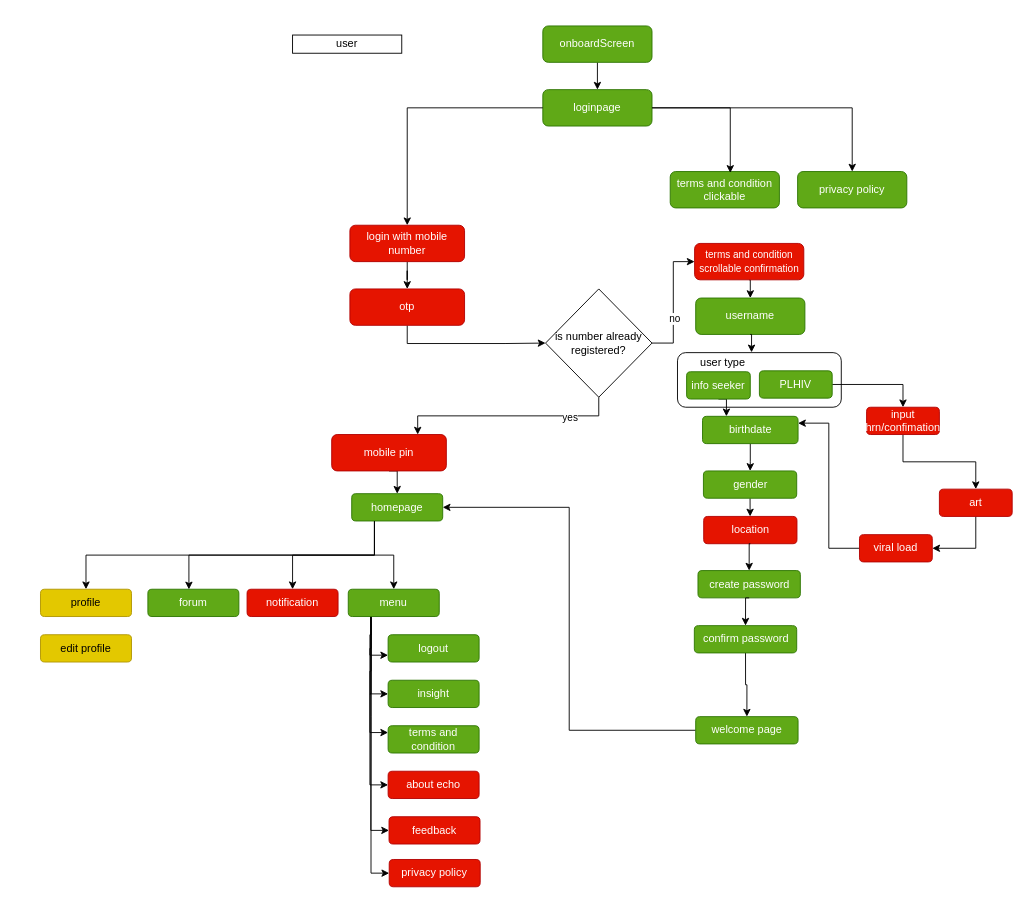
Before: Untitled Diagram.drawio in tehnczon/projectecho2.0, a draw.io diagram. Source tidied: cells renumbered, new cells numbered last; positions are measured from the earlier drawing's top-left corner, leaving out a move shared by most shapes. Both pictures are drawn from the tidied source at 91%, with x=0, y=0 at pixel (40, 25).
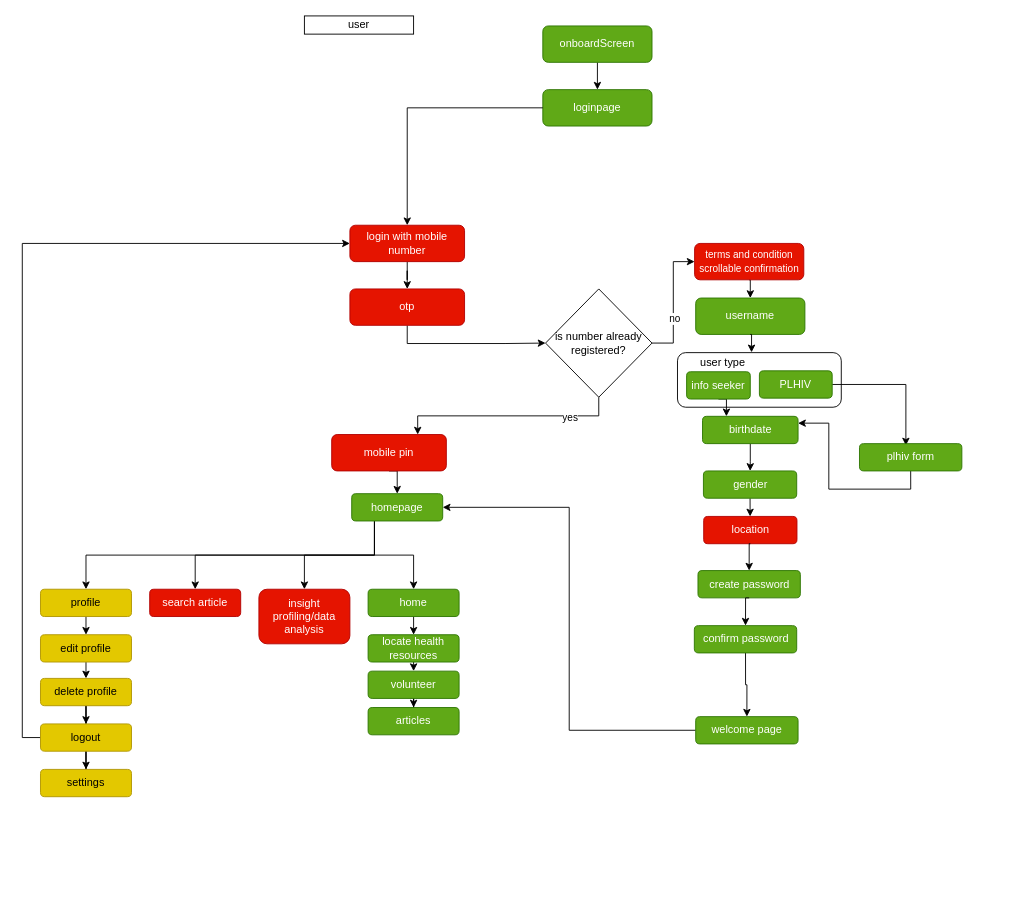
The same page after the edit.

The change refers to these unchanged cells:
```xml
<mxCell id="5" value="loginpage" style="rounded=1;whiteSpace=wrap;html=1;fillColor=#60a917;fontColor=#ffffff;strokeColor=#2D7600;" parent="1" vertex="1">
  <mxGeometry x="552" y="70" width="120" height="40" as="geometry" />
</mxCell>
<mxCell id="7" value="login with mobile number" style="rounded=1;whiteSpace=wrap;html=1;fillColor=#e51400;fontColor=#ffffff;strokeColor=#B20000;" parent="1" vertex="1">
  <mxGeometry x="340" y="219" width="126" height="40" as="geometry" />
</mxCell>
<mxCell id="15" value="PLHIV" style="rounded=1;whiteSpace=wrap;html=1;fillColor=#60a917;fontColor=#ffffff;strokeColor=#2D7600;" parent="1" vertex="1">
  <mxGeometry x="790" y="379" width="80" height="30" as="geometry" />
</mxCell>
<mxCell id="20" value="birthdate" style="rounded=1;whiteSpace=wrap;html=1;fillColor=#60a917;fontColor=#ffffff;strokeColor=#2D7600;" parent="1" vertex="1">
  <mxGeometry x="727.5" y="429" width="105" height="30" as="geometry" />
</mxCell>
<mxCell id="32" value="homepage" style="rounded=1;whiteSpace=wrap;html=1;fillColor=#60a917;fontColor=#ffffff;strokeColor=#2D7600;" parent="1" vertex="1">
  <mxGeometry x="342" y="514" width="100" height="30" as="geometry" />
</mxCell>
<mxCell id="35" value="profile" style="rounded=1;whiteSpace=wrap;html=1;fillColor=#e3c800;fontColor=#000000;strokeColor=#B09500;" parent="1" vertex="1">
  <mxGeometry y="619" width="100" height="30" as="geometry" />
</mxCell>
<mxCell id="57" value="edit profile" style="rounded=1;whiteSpace=wrap;html=1;fillColor=#e3c800;fontColor=#000000;strokeColor=#B09500;" parent="1" vertex="1">
  <mxGeometry y="669" width="100" height="30" as="geometry" />
</mxCell>
```

The edit, as a diff of the source:
```diff
@@
     <mxCell id="2" value="user" style="rounded=0;whiteSpace=wrap;html=1;" parent="1" vertex="1">
-      <mxGeometry x="277" y="10" width="120" height="20" as="geometry" />
+      <mxGeometry x="290" y="-11" width="120" height="20" as="geometry" />
     </mxCell>
@@
-    <mxCell id="4" style="edgeStyle=orthogonalEdgeStyle;rounded=0;jettySize=auto;html=1;exitX=1;exitY=0.5;exitDx=0;exitDy=0;" parent="1" edge="1" source="5" target="9">
-      <mxGeometry relative="1" as="geometry" />
-    </mxCell>
@@
-    <mxCell id="8" value="&lt;div&gt;terms and condition&lt;/div&gt;&lt;div&gt;clickable&lt;/div&gt;" style="rounded=1;whiteSpace=wrap;html=1;fillColor=#60a917;fontColor=#ffffff;strokeColor=#2D7600;" parent="1" vertex="1">
-      <mxGeometry x="692" y="160" width="120" height="40" as="geometry" />
-    </mxCell>
-    <mxCell id="9" value="privacy policy" style="rounded=1;whiteSpace=wrap;html=1;fillColor=#60a917;fontColor=#ffffff;strokeColor=#2D7600;" parent="1" vertex="1">
-      <mxGeometry x="832" y="160" width="120" height="40" as="geometry" />
-    </mxCell>
@@
-    <mxCell id="11" style="edgeStyle=orthogonalEdgeStyle;rounded=0;jettySize=auto;html=1;exitX=1;exitY=0.5;exitDx=0;exitDy=0;entryX=0.55;entryY=0.037;entryDx=0;entryDy=0;entryPerimeter=0;" parent="1" edge="1" source="5" target="8">
-      <mxGeometry relative="1" as="geometry" />
-    </mxCell>
@@
-    <mxCell id="14" style="edgeStyle=orthogonalEdgeStyle;rounded=0;jettySize=auto;html=1;exitX=1;exitY=0.5;exitDx=0;exitDy=0;" parent="1" edge="1" source="15" target="26">
+    <mxCell id="14" style="edgeStyle=orthogonalEdgeStyle;rounded=0;jettySize=auto;html=1;exitX=1;exitY=0.5;exitDx=0;exitDy=0;entryX=0.453;entryY=0.067;entryDx=0;entryDy=0;entryPerimeter=0;" parent="1" edge="1" source="15" target="77">
       <mxGeometry relative="1" as="geometry" />
     </mxCell>
@@
-    <mxCell id="25" style="edgeStyle=orthogonalEdgeStyle;rounded=0;jettySize=auto;html=1;exitX=0.5;exitY=1;exitDx=0;exitDy=0;entryX=0.5;entryY=0;entryDx=0;entryDy=0;" parent="1" edge="1" source="26" target="61">
-      <mxGeometry relative="1" as="geometry" />
-    </mxCell>
-    <mxCell id="26" value="input hrn/confimation " style="rounded=1;whiteSpace=wrap;html=1;fillColor=#e51400;fontColor=#ffffff;strokeColor=#B20000;" parent="1" vertex="1">
-      <mxGeometry x="907.8" y="419" width="80" height="30" as="geometry" />
-    </mxCell>
@@
+    <mxCell id="73" style="edgeStyle=orthogonalEdgeStyle;rounded=0;jettySize=auto;html=1;exitX=0.25;exitY=1;exitDx=0;exitDy=0;" parent="1" edge="1" source="32" target="80">
+      <mxGeometry relative="1" as="geometry" />
+    </mxCell>
@@
+    <mxCell id="74" style="edgeStyle=orthogonalEdgeStyle;rounded=0;jettySize=auto;html=1;exitX=0.5;exitY=1;exitDx=0;exitDy=0;entryX=0.5;entryY=0;entryDx=0;entryDy=0;" parent="1" edge="1" source="35" target="57">
+      <mxGeometry relative="1" as="geometry" />
+    </mxCell>
@@
-    <mxCell id="36" value="forum" style="rounded=1;whiteSpace=wrap;html=1;fillColor=#60a917;fontColor=#ffffff;strokeColor=#2D7600;" parent="1" vertex="1">
-      <mxGeometry x="118" y="619" width="100" height="30" as="geometry" />
-    </mxCell>
-    <mxCell id="37" value="notification" style="rounded=1;whiteSpace=wrap;html=1;fillColor=#e51400;fontColor=#ffffff;strokeColor=#B20000;" parent="1" vertex="1">
-      <mxGeometry x="227" y="619" width="100" height="30" as="geometry" />
+    <mxCell id="37" value="search article" style="rounded=1;whiteSpace=wrap;html=1;fillColor=#e51400;fontColor=#ffffff;strokeColor=#B20000;" parent="1" vertex="1">
+      <mxGeometry x="120" y="619" width="100" height="30" as="geometry" />
     </mxCell>
-    <mxCell id="38" style="edgeStyle=orthogonalEdgeStyle;rounded=0;jettySize=auto;html=1;exitX=0.25;exitY=1;exitDx=0;exitDy=0;entryX=0;entryY=0.5;entryDx=0;entryDy=0;" parent="1" edge="1" source="44" target="50">
-      <mxGeometry relative="1" as="geometry" />
-    </mxCell>
-    <mxCell id="39" style="edgeStyle=orthogonalEdgeStyle;rounded=0;jettySize=auto;html=1;exitX=0.25;exitY=1;exitDx=0;exitDy=0;entryX=0;entryY=0.5;entryDx=0;entryDy=0;" parent="1" edge="1" source="44" target="49">
-      <mxGeometry relative="1" as="geometry" />
-    </mxCell>
-    <mxCell id="40" style="edgeStyle=orthogonalEdgeStyle;rounded=0;jettySize=auto;html=1;exitX=0.25;exitY=1;exitDx=0;exitDy=0;entryX=0;entryY=0.25;entryDx=0;entryDy=0;" parent="1" edge="1" source="44" target="48">
-      <mxGeometry relative="1" as="geometry" />
-    </mxCell>
-    <mxCell id="41" style="edgeStyle=orthogonalEdgeStyle;rounded=0;jettySize=auto;html=1;exitX=0.25;exitY=1;exitDx=0;exitDy=0;entryX=0;entryY=0.5;entryDx=0;entryDy=0;" parent="1" edge="1" source="44" target="47">
-      <mxGeometry relative="1" as="geometry" />
-    </mxCell>
-    <mxCell id="42" style="edgeStyle=orthogonalEdgeStyle;rounded=0;jettySize=auto;html=1;exitX=0.25;exitY=1;exitDx=0;exitDy=0;entryX=0;entryY=0.75;entryDx=0;entryDy=0;" parent="1" edge="1" source="44" target="46">
-      <mxGeometry relative="1" as="geometry" />
-    </mxCell>
-    <mxCell id="43" style="edgeStyle=orthogonalEdgeStyle;rounded=0;jettySize=auto;html=1;exitX=0.25;exitY=1;exitDx=0;exitDy=0;entryX=0;entryY=0.5;entryDx=0;entryDy=0;" parent="1" edge="1" source="44" target="58">
-      <mxGeometry relative="1" as="geometry" />
-    </mxCell>
+    <mxCell id="75" style="edgeStyle=orthogonalEdgeStyle;rounded=0;jettySize=auto;html=1;exitX=0.5;exitY=1;exitDx=0;exitDy=0;entryX=0.5;entryY=0;entryDx=0;entryDy=0;" parent="1" edge="1" source="44" target="82">
+      <mxGeometry relative="1" as="geometry" />
+    </mxCell>
-    <mxCell id="44" value="menu" style="rounded=1;whiteSpace=wrap;html=1;fillColor=#60a917;fontColor=#ffffff;strokeColor=#2D7600;" parent="1" vertex="1">
-      <mxGeometry x="338.2" y="619" width="100" height="30" as="geometry" />
+    <mxCell id="44" value="home" style="rounded=1;whiteSpace=wrap;html=1;fillColor=#60a917;fontColor=#ffffff;strokeColor=#2D7600;" parent="1" vertex="1">
+      <mxGeometry x="360" y="619" width="100" height="30" as="geometry" />
     </mxCell>
-    <mxCell id="45" style="edgeStyle=orthogonalEdgeStyle;rounded=0;jettySize=auto;html=1;exitX=0.25;exitY=1;exitDx=0;exitDy=0;entryX=0.451;entryY=0.006;entryDx=0;entryDy=0;entryPerimeter=0;" parent="1" edge="1" source="32" target="36">
-      <mxGeometry relative="1" as="geometry" />
-    </mxCell>
-    <mxCell id="46" value="logout" style="rounded=1;whiteSpace=wrap;html=1;fillColor=#60a917;fontColor=#ffffff;strokeColor=#2D7600;" parent="1" vertex="1">
-      <mxGeometry x="382" y="669" width="100" height="30" as="geometry" />
-    </mxCell>
-    <mxCell id="47" value="insight" style="rounded=1;whiteSpace=wrap;html=1;fillColor=#60a917;fontColor=#ffffff;strokeColor=#2D7600;" parent="1" vertex="1">
-      <mxGeometry x="382" y="719" width="100" height="30" as="geometry" />
-    </mxCell>
-    <mxCell id="48" value="terms and condition" style="rounded=1;whiteSpace=wrap;html=1;fillColor=#60a917;fontColor=#ffffff;strokeColor=#2D7600;" parent="1" vertex="1">
-      <mxGeometry x="382" y="769" width="100" height="30" as="geometry" />
-    </mxCell>
-    <mxCell id="49" value="about echo" style="rounded=1;whiteSpace=wrap;html=1;fillColor=#e51400;fontColor=#ffffff;strokeColor=#B20000;" parent="1" vertex="1">
-      <mxGeometry x="382" y="819" width="100" height="30" as="geometry" />
-    </mxCell>
-    <mxCell id="50" value="feedback" style="rounded=1;whiteSpace=wrap;html=1;fillColor=#e51400;fontColor=#ffffff;strokeColor=#B20000;" parent="1" vertex="1">
-      <mxGeometry x="383" y="869" width="100" height="30" as="geometry" />
-    </mxCell>
@@
+    <mxCell id="76" style="edgeStyle=orthogonalEdgeStyle;rounded=0;jettySize=auto;html=1;exitX=0.5;exitY=1;exitDx=0;exitDy=0;entryX=0.5;entryY=0;entryDx=0;entryDy=0;" parent="1" edge="1" source="57" target="79">
+      <mxGeometry relative="1" as="geometry" />
+    </mxCell>
@@
-    <mxCell id="58" value="privacy policy" style="rounded=1;whiteSpace=wrap;html=1;fillColor=#e51400;fontColor=#ffffff;strokeColor=#B20000;" parent="1" vertex="1">
-      <mxGeometry x="383.2" y="916" width="100" height="30" as="geometry" />
-    </mxCell>
-    <mxCell id="59" style="edgeStyle=orthogonalEdgeStyle;rounded=0;jettySize=auto;html=1;entryX=1;entryY=0.25;entryDx=0;entryDy=0;" parent="1" edge="1" source="72" target="20">
+    <mxCell id="59" style="edgeStyle=orthogonalEdgeStyle;rounded=0;jettySize=auto;html=1;entryX=1;entryY=0.25;entryDx=0;entryDy=0;exitX=0.5;exitY=1;exitDx=0;exitDy=0;" parent="1" edge="1" source="77" target="20">
       <mxGeometry relative="1" as="geometry" />
     </mxCell>
-    <mxCell id="60" style="edgeStyle=orthogonalEdgeStyle;rounded=0;jettySize=auto;html=1;exitX=0.5;exitY=1;exitDx=0;exitDy=0;entryX=1;entryY=0.5;entryDx=0;entryDy=0;" parent="1" edge="1" source="61" target="72">
-      <mxGeometry relative="1" as="geometry" />
-    </mxCell>
-    <mxCell id="61" value="art" style="rounded=1;whiteSpace=wrap;html=1;fillColor=#e51400;fontColor=#ffffff;strokeColor=#B20000;" parent="1" vertex="1">
-      <mxGeometry x="987.8" y="509" width="80" height="30" as="geometry" />
-    </mxCell>
@@
-    <mxCell id="72" value="viral load" style="rounded=1;whiteSpace=wrap;html=1;fillColor=#e51400;fontColor=#ffffff;strokeColor=#B20000;" parent="1" vertex="1">
-      <mxGeometry x="900" y="559" width="80" height="30" as="geometry" />
-    </mxCell>
+    <mxCell id="77" value="plhiv form" style="rounded=1;whiteSpace=wrap;html=1;fillColor=#60a917;fontColor=#ffffff;strokeColor=#2D7600;" parent="1" vertex="1">
+      <mxGeometry x="900" y="459" width="112.5" height="30" as="geometry" />
+    </mxCell>
+    <mxCell id="78" style="edgeStyle=orthogonalEdgeStyle;rounded=0;jettySize=auto;html=1;exitX=0.5;exitY=1;exitDx=0;exitDy=0;" parent="1" edge="1" source="79" target="46">
+      <mxGeometry relative="1" as="geometry" />
+    </mxCell>
+    <mxCell id="79" value="delete profile" style="rounded=1;whiteSpace=wrap;html=1;fillColor=#e3c800;fontColor=#000000;strokeColor=#B09500;" parent="1" vertex="1">
+      <mxGeometry y="717" width="100" height="30" as="geometry" />
+    </mxCell>
+    <mxCell id="80" value="&lt;div&gt;insight&lt;/div&gt;&lt;div&gt;profiling/data analysis&lt;/div&gt;" style="rounded=1;whiteSpace=wrap;html=1;fillColor=#e51400;fontColor=#ffffff;strokeColor=#B20000;" parent="1" vertex="1">
+      <mxGeometry x="240" y="619" width="100" height="60" as="geometry" />
+    </mxCell>
+    <mxCell id="81" style="edgeStyle=orthogonalEdgeStyle;rounded=0;jettySize=auto;html=1;exitX=0.5;exitY=1;exitDx=0;exitDy=0;entryX=0.5;entryY=0;entryDx=0;entryDy=0;" parent="1" edge="1" source="82" target="84">
+      <mxGeometry relative="1" as="geometry" />
+    </mxCell>
+    <mxCell id="82" value="locate health resources" style="rounded=1;whiteSpace=wrap;html=1;fillColor=#60a917;fontColor=#ffffff;strokeColor=#2D7600;" parent="1" vertex="1">
+      <mxGeometry x="360" y="669" width="100" height="30" as="geometry" />
+    </mxCell>
+    <mxCell id="83" style="edgeStyle=orthogonalEdgeStyle;rounded=0;jettySize=auto;html=1;exitX=0.5;exitY=1;exitDx=0;exitDy=0;" parent="1" edge="1" source="84" target="85">
+      <mxGeometry relative="1" as="geometry" />
+    </mxCell>
+    <mxCell id="84" value="volunteer" style="rounded=1;whiteSpace=wrap;html=1;fillColor=#60a917;fontColor=#ffffff;strokeColor=#2D7600;" parent="1" vertex="1">
+      <mxGeometry x="360" y="709" width="100" height="30" as="geometry" />
+    </mxCell>
+    <mxCell id="85" value="articles" style="rounded=1;whiteSpace=wrap;html=1;fillColor=#60a917;fontColor=#ffffff;strokeColor=#2D7600;" parent="1" vertex="1">
+      <mxGeometry x="360" y="749" width="100" height="30" as="geometry" />
+    </mxCell>
+    <mxCell id="86" style="edgeStyle=orthogonalEdgeStyle;rounded=0;jettySize=auto;html=1;exitX=0;exitY=0.5;exitDx=0;exitDy=0;entryX=0;entryY=0.5;entryDx=0;entryDy=0;" parent="1" edge="1" source="46" target="7">
+      <mxGeometry relative="1" as="geometry" />
+    </mxCell>
+    <mxCell id="87" style="edgeStyle=orthogonalEdgeStyle;rounded=0;jettySize=auto;html=1;exitX=0.5;exitY=1;exitDx=0;exitDy=0;" parent="1" edge="1" source="46" target="88">
+      <mxGeometry relative="1" as="geometry" />
+    </mxCell>
+    <mxCell id="46" value="logout" style="rounded=1;whiteSpace=wrap;html=1;fillColor=#e3c800;fontColor=#000000;strokeColor=#B09500;" parent="1" vertex="1">
+      <mxGeometry y="767" width="100" height="30" as="geometry" />
+    </mxCell>
+    <mxCell id="88" value="settings" style="rounded=1;whiteSpace=wrap;html=1;fillColor=#e3c800;fontColor=#000000;strokeColor=#B09500;" parent="1" vertex="1">
+      <mxGeometry y="817" width="100" height="30" as="geometry" />
+    </mxCell>
```
